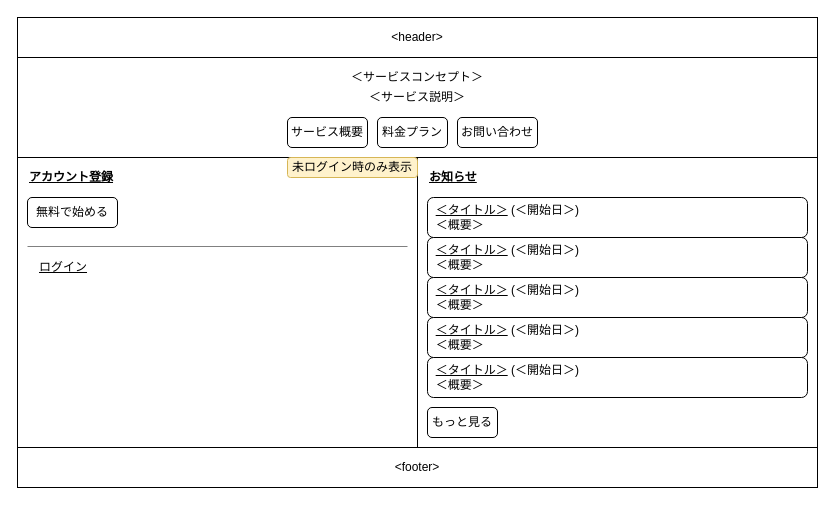
Earlier version of the draw.io diagram 設計/画面設計/トップページ.drawio (nightonlypj/rails-app-origin). Source tidied: cells renumbered, new cells numbered last; positions are measured from the earlier drawing's top-left corner, leaving out a move shared by most shapes. Both pictures are drawn from the tidied source at 100%, with x=0, y=0 at pixel (17, 17).
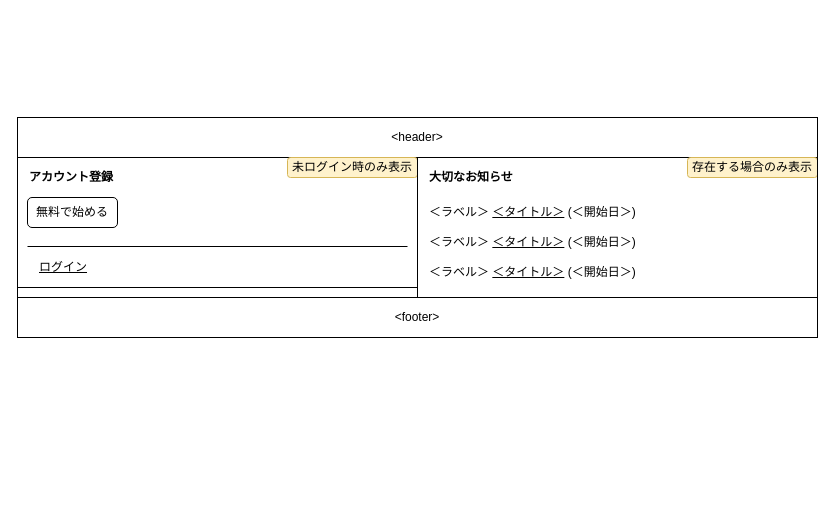
After the change.

What changed in the source:
```diff
@@
-    <mxCell id="2" style="rounded=0;whiteSpace=wrap;html=1;fillColor=none;" parent="1" vertex="1">
-      <mxGeometry y="140" width="400" height="290" as="geometry" />
-    </mxCell>
     <mxCell id="3" value="&amp;lt;header&amp;gt;" style="rounded=0;whiteSpace=wrap;html=1;fillColor=none;" parent="1" vertex="1">
-      <mxGeometry width="800" height="40" as="geometry" />
+      <mxGeometry y="100" width="800" height="40" as="geometry" />
     </mxCell>
     <mxCell id="4" value="&amp;lt;footer&amp;gt;" style="rounded=0;whiteSpace=wrap;html=1;fillColor=none;" parent="1" vertex="1">
-      <mxGeometry y="430" width="800" height="40" as="geometry" />
+      <mxGeometry y="280" width="800" height="40" as="geometry" />
     </mxCell>
-    <mxCell id="5" style="rounded=0;whiteSpace=wrap;html=1;fillColor=none;" parent="1" vertex="1">
-      <mxGeometry y="40" width="800" height="100" as="geometry" />
-    </mxCell>
-    <mxCell id="6" style="rounded=0;whiteSpace=wrap;html=1;fillColor=none;" parent="1" vertex="1">
-      <mxGeometry x="400" y="140" width="400" height="290" as="geometry" />
-    </mxCell>
-    <mxCell id="7" value="&lt;b&gt;&lt;u&gt;お知らせ&lt;/u&gt;&lt;/b&gt;" style="text;html=1;strokeColor=none;fillColor=none;align=left;verticalAlign=middle;whiteSpace=wrap;rounded=0;" parent="1" vertex="1">
-      <mxGeometry x="410" y="150" width="60" height="20" as="geometry" />
+    <mxCell id="7" value="&lt;b&gt;大切なお知らせ&lt;/b&gt;" style="text;html=1;strokeColor=none;fillColor=none;align=left;verticalAlign=middle;whiteSpace=wrap;rounded=0;" parent="1" vertex="1">
+      <mxGeometry x="410" y="150" width="90" height="20" as="geometry" />
     </mxCell>
-    <mxCell id="8" value="&amp;nbsp;&amp;nbsp;&lt;u&gt;＜タイトル＞&lt;/u&gt;&amp;nbsp;(＜開始日＞)&lt;br&gt;&amp;nbsp; ＜概要＞" style="rounded=1;whiteSpace=wrap;html=1;align=left;" parent="1" vertex="1">
-      <mxGeometry x="410" y="180" width="380" height="40" as="geometry" />
-    </mxCell>
-    <mxCell id="9" value="もっと見る" style="rounded=1;whiteSpace=wrap;html=1;align=center;" parent="1" vertex="1">
-      <mxGeometry x="410" y="390" width="70" height="30" as="geometry" />
-    </mxCell>
-    <mxCell id="10" value="&lt;b&gt;&lt;u&gt;アカウント登録&lt;/u&gt;&lt;/b&gt;" style="text;html=1;strokeColor=none;fillColor=none;align=left;verticalAlign=middle;whiteSpace=wrap;rounded=0;" parent="1" vertex="1">
+    <mxCell id="10" value="&lt;b&gt;アカウント登録&lt;/b&gt;" style="text;html=1;strokeColor=none;fillColor=none;align=left;verticalAlign=middle;whiteSpace=wrap;rounded=0;" parent="1" vertex="1">
       <mxGeometry x="10" y="150" width="90" height="20" as="geometry" />
     </mxCell>
@@
-    <mxCell id="13" style="endArrow=none;html=1;strokeColor=#808080;" parent="1" edge="1">
+    <mxCell id="13" style="endArrow=none;html=1;strokeColor=#000000;" parent="1" edge="1">
       <mxGeometry relative="1" as="geometry">
         <mxPoint x="10" y="229" as="sourcePoint" />
         <mxPoint x="390" y="229" as="targetPoint" />
       </mxGeometry>
     </mxCell>
-    <mxCell id="14" value="サービス概要" style="rounded=1;whiteSpace=wrap;html=1;align=center;" parent="1" vertex="1">
-      <mxGeometry x="270" y="100" width="80" height="30" as="geometry" />
-    </mxCell>
-    <mxCell id="15" value="料金プラン" style="rounded=1;whiteSpace=wrap;html=1;align=center;" parent="1" vertex="1">
-      <mxGeometry x="360" y="100" width="70" height="30" as="geometry" />
-    </mxCell>
-    <mxCell id="16" value="お問い合わせ" style="rounded=1;whiteSpace=wrap;html=1;align=center;" parent="1" vertex="1">
-      <mxGeometry x="440" y="100" width="80" height="30" as="geometry" />
-    </mxCell>
-    <mxCell id="17" value="＜サービスコンセプト＞" style="text;html=1;strokeColor=none;fillColor=none;align=center;verticalAlign=middle;whiteSpace=wrap;rounded=0;" parent="1" vertex="1">
-      <mxGeometry x="330" y="50" width="140" height="20" as="geometry" />
-    </mxCell>
-    <mxCell id="18" value="＜サービス説明＞" style="text;html=1;strokeColor=none;fillColor=none;align=center;verticalAlign=middle;whiteSpace=wrap;rounded=0;" parent="1" vertex="1">
-      <mxGeometry x="350" y="70" width="100" height="20" as="geometry" />
-    </mxCell>
-    <mxCell id="19" value="&amp;nbsp;&amp;nbsp;&lt;u&gt;＜タイトル＞&lt;/u&gt;&amp;nbsp;(＜開始日＞)&lt;br&gt;&amp;nbsp; ＜概要＞" style="rounded=1;whiteSpace=wrap;html=1;align=left;" parent="1" vertex="1">
-      <mxGeometry x="410" y="220" width="380" height="40" as="geometry" />
-    </mxCell>
-    <mxCell id="20" value="&amp;nbsp;&amp;nbsp;&lt;u&gt;＜タイトル＞&lt;/u&gt;&amp;nbsp;(＜開始日＞)&lt;br&gt;&amp;nbsp; ＜概要＞" style="rounded=1;whiteSpace=wrap;html=1;align=left;" parent="1" vertex="1">
-      <mxGeometry x="410" y="260" width="380" height="40" as="geometry" />
-    </mxCell>
-    <mxCell id="21" value="&amp;nbsp;&amp;nbsp;&lt;u&gt;＜タイトル＞&lt;/u&gt;&amp;nbsp;(＜開始日＞)&lt;br&gt;&amp;nbsp; ＜概要＞" style="rounded=1;whiteSpace=wrap;html=1;align=left;" parent="1" vertex="1">
-      <mxGeometry x="410" y="300" width="380" height="40" as="geometry" />
-    </mxCell>
-    <mxCell id="22" value="&amp;nbsp;&amp;nbsp;&lt;u&gt;＜タイトル＞&lt;/u&gt;&amp;nbsp;(＜開始日＞)&lt;br&gt;&amp;nbsp; ＜概要＞" style="rounded=1;whiteSpace=wrap;html=1;align=left;" parent="1" vertex="1">
-      <mxGeometry x="410" y="340" width="380" height="40" as="geometry" />
-    </mxCell>
@@
+    <mxCell id="24" value="&lt;span&gt;＜ラベル＞&amp;nbsp;&lt;/span&gt;&lt;u&gt;＜タイトル＞&lt;/u&gt;&lt;span&gt;&amp;nbsp;(＜開始日＞)&lt;/span&gt;" style="text;html=1;strokeColor=none;fillColor=none;align=left;verticalAlign=middle;whiteSpace=wrap;rounded=0;" parent="1" vertex="1">
+      <mxGeometry x="410" y="180" width="220" height="30" as="geometry" />
+    </mxCell>
+    <mxCell id="25" value="&lt;span&gt;＜ラベル＞&amp;nbsp;&lt;/span&gt;&lt;u&gt;＜タイトル＞&lt;/u&gt;&lt;span&gt;&amp;nbsp;(＜開始日＞)&lt;/span&gt;" style="text;html=1;strokeColor=none;fillColor=none;align=left;verticalAlign=middle;whiteSpace=wrap;rounded=0;" parent="1" vertex="1">
+      <mxGeometry x="410" y="210" width="220" height="30" as="geometry" />
+    </mxCell>
+    <mxCell id="26" value="&lt;span&gt;＜ラベル＞&amp;nbsp;&lt;/span&gt;&lt;u&gt;＜タイトル＞&lt;/u&gt;&lt;span&gt;&amp;nbsp;(＜開始日＞)&lt;/span&gt;" style="text;html=1;strokeColor=none;fillColor=none;align=left;verticalAlign=middle;whiteSpace=wrap;rounded=0;" parent="1" vertex="1">
+      <mxGeometry x="410" y="240" width="220" height="30" as="geometry" />
+    </mxCell>
+    <mxCell id="27" value="存在する場合のみ表示" style="rounded=1;whiteSpace=wrap;html=1;fillColor=#fff2cc;strokeColor=#d6b656;" parent="1" vertex="1">
+      <mxGeometry x="670" y="140" width="130" height="20" as="geometry" />
+    </mxCell>
+    <mxCell id="28" style="endArrow=none;html=1;strokeColor=#000000;exitX=0;exitY=1;exitDx=0;exitDy=0;entryX=0;entryY=0;entryDx=0;entryDy=0;" parent="1" edge="1" source="3" target="4">
+      <mxGeometry relative="1" as="geometry" />
+    </mxCell>
+    <mxCell id="29" style="endArrow=none;html=1;strokeColor=#000000;exitX=0.5;exitY=1;exitDx=0;exitDy=0;" parent="1" edge="1" source="3" target="4">
+      <mxGeometry relative="1" as="geometry" />
+    </mxCell>
+    <mxCell id="30" style="endArrow=none;html=1;strokeColor=#000000;exitX=1;exitY=1;exitDx=0;exitDy=0;entryX=1;entryY=0;entryDx=0;entryDy=0;" parent="1" edge="1" source="3" target="4">
+      <mxGeometry relative="1" as="geometry" />
+    </mxCell>
+    <mxCell id="31" style="endArrow=none;html=1;strokeColor=#000000;" parent="1" edge="1">
+      <mxGeometry relative="1" as="geometry">
+        <mxPoint y="270" as="sourcePoint" />
+        <mxPoint x="400" y="270" as="targetPoint" />
+      </mxGeometry>
+    </mxCell>
```
